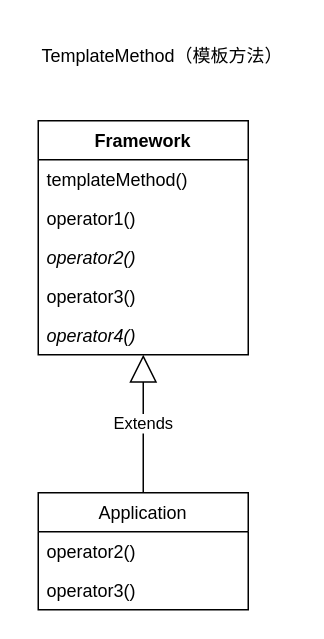
The draw.io diagram [language]/[What]c_cpp--base/gof/pic/uml.drawio in KcMeterCEC/explore, before the edit. Source tidied: cells renumbered, new cells numbered last; positions are measured from the earlier drawing's top-left corner, leaving out a move shared by most shapes. Both pictures are drawn from the tidied source at 150%, with x=0, y=0 at pixel (26, 26).
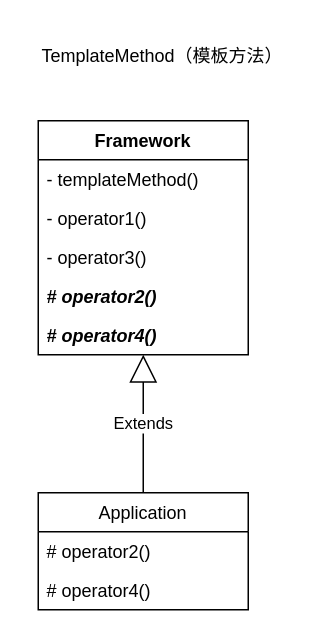
Above is the later version.

Change to the diagram source:
```diff
@@
 <mxGraphModel>
   <root>
     <mxCell id="0" />
     <mxCell id="1" parent="0" />
     <mxCell id="2" value="TemplateMethod（模板方法）" style="text;html=1;strokeColor=none;fillColor=none;align=center;verticalAlign=middle;whiteSpace=wrap;rounded=0;" parent="1" vertex="1">
       <mxGeometry width="182" height="40" as="geometry" />
     </mxCell>
     <mxCell id="3" value="Framework" style="swimlane;fontStyle=1;horizontal=1;startSize=26;fillColor=none;" parent="1" vertex="1">
       <mxGeometry x="8" y="63" width="140" height="156" as="geometry" />
     </mxCell>
-    <mxCell id="4" value="templateMethod()" style="text;strokeColor=none;fillColor=none;align=left;verticalAlign=top;spacingLeft=4;spacingRight=4;overflow=hidden;" parent="3" vertex="1">
+    <mxCell id="4" value="- templateMethod()" style="text;strokeColor=none;fillColor=none;align=left;verticalAlign=top;spacingLeft=4;spacingRight=4;overflow=hidden;" parent="3" vertex="1">
       <mxGeometry y="26" width="140" height="26" as="geometry" />
     </mxCell>
-    <mxCell id="5" value="operator1()" style="text;strokeColor=none;fillColor=none;align=left;verticalAlign=top;spacingLeft=4;spacingRight=4;overflow=hidden;" parent="3" vertex="1">
+    <mxCell id="5" value="- operator1()" style="text;strokeColor=none;fillColor=none;align=left;verticalAlign=top;spacingLeft=4;spacingRight=4;overflow=hidden;" parent="3" vertex="1">
       <mxGeometry y="52" width="140" height="26" as="geometry" />
     </mxCell>
+    <mxCell id="7" value="- operator3()" style="text;strokeColor=none;fillColor=none;align=left;verticalAlign=top;spacingLeft=4;spacingRight=4;overflow=hidden;" parent="3" vertex="1">
+      <mxGeometry y="78" width="140" height="26" as="geometry" />
+    </mxCell>
-    <mxCell id="6" value="operator2()" style="text;strokeColor=none;fillColor=none;align=left;verticalAlign=top;spacingLeft=4;spacingRight=4;overflow=hidden;fontStyle=2;" parent="3" vertex="1">
-      <mxGeometry y="78" width="140" height="26" as="geometry" />
+    <mxCell id="6" value="# operator2()" style="text;strokeColor=none;fillColor=none;align=left;verticalAlign=top;spacingLeft=4;spacingRight=4;overflow=hidden;fontStyle=3;" parent="3" vertex="1">
+      <mxGeometry y="104" width="140" height="26" as="geometry" />
     </mxCell>
-    <mxCell id="7" value="operator3()" style="text;strokeColor=none;fillColor=none;align=left;verticalAlign=top;spacingLeft=4;spacingRight=4;overflow=hidden;" parent="3" vertex="1">
-      <mxGeometry y="104" width="140" height="26" as="geometry" />
-    </mxCell>
-    <mxCell id="8" value="operator4()" style="text;strokeColor=none;fillColor=none;align=left;verticalAlign=top;spacingLeft=4;spacingRight=4;overflow=hidden;fontStyle=2;" parent="3" vertex="1">
+    <mxCell id="8" value="# operator4()" style="text;strokeColor=none;fillColor=none;align=left;verticalAlign=top;spacingLeft=4;spacingRight=4;overflow=hidden;fontStyle=3;" parent="3" vertex="1">
       <mxGeometry y="130" width="140" height="26" as="geometry" />
     </mxCell>
     <mxCell id="9" value="Extends" style="endArrow=block;endSize=16;endFill=0;html=1;exitX=0.5;exitY=0;exitDx=0;exitDy=0;" parent="1" edge="1" source="10" target="3">
       <mxGeometry relative="1" as="geometry" />
     </mxCell>
     <mxCell id="10" value="Application" style="swimlane;fontStyle=0;horizontal=1;startSize=26;fillColor=none;" parent="1" vertex="1">
       <mxGeometry x="8" y="311" width="140" height="78" as="geometry" />
     </mxCell>
-    <mxCell id="11" value="operator2()" style="text;strokeColor=none;fillColor=none;align=left;verticalAlign=top;spacingLeft=4;spacingRight=4;overflow=hidden;" parent="10" vertex="1">
+    <mxCell id="11" value="# operator2()" style="text;strokeColor=none;fillColor=none;align=left;verticalAlign=top;spacingLeft=4;spacingRight=4;overflow=hidden;" parent="10" vertex="1">
       <mxGeometry y="26" width="140" height="26" as="geometry" />
     </mxCell>
-    <mxCell id="12" value="operator3()" style="text;strokeColor=none;fillColor=none;align=left;verticalAlign=top;spacingLeft=4;spacingRight=4;overflow=hidden;" parent="10" vertex="1">
+    <mxCell id="12" value="# operator4()" style="text;strokeColor=none;fillColor=none;align=left;verticalAlign=top;spacingLeft=4;spacingRight=4;overflow=hidden;" parent="10" vertex="1">
       <mxGeometry y="52" width="140" height="26" as="geometry" />
     </mxCell>
   </root>
 </mxGraphModel>
```
